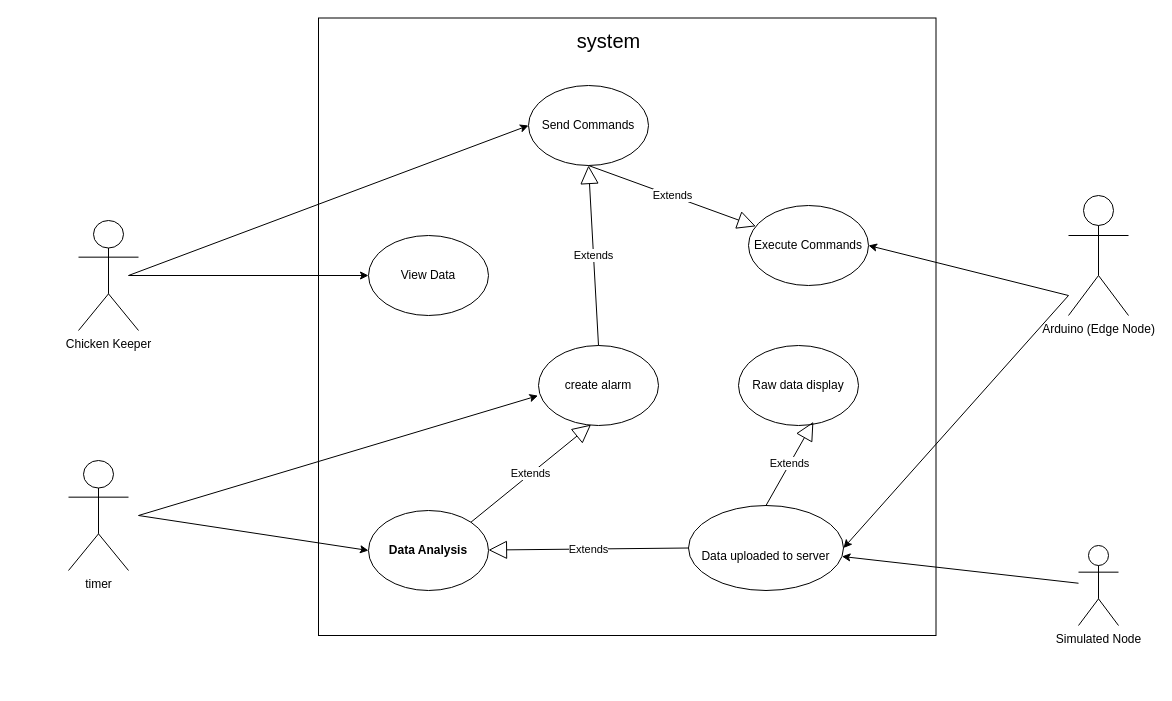
Earlier version of the draw.io diagram Requirement_UseCase_Diagram.drawio (XingxingLiao/TEST). Source tidied: cells renumbered, new cells numbered last; positions are measured from the earlier drawing's top-left corner, leaving out a move shared by most shapes. Both pictures are drawn from the tidied source at 100%, with x=0, y=0 at pixel (68, 17).
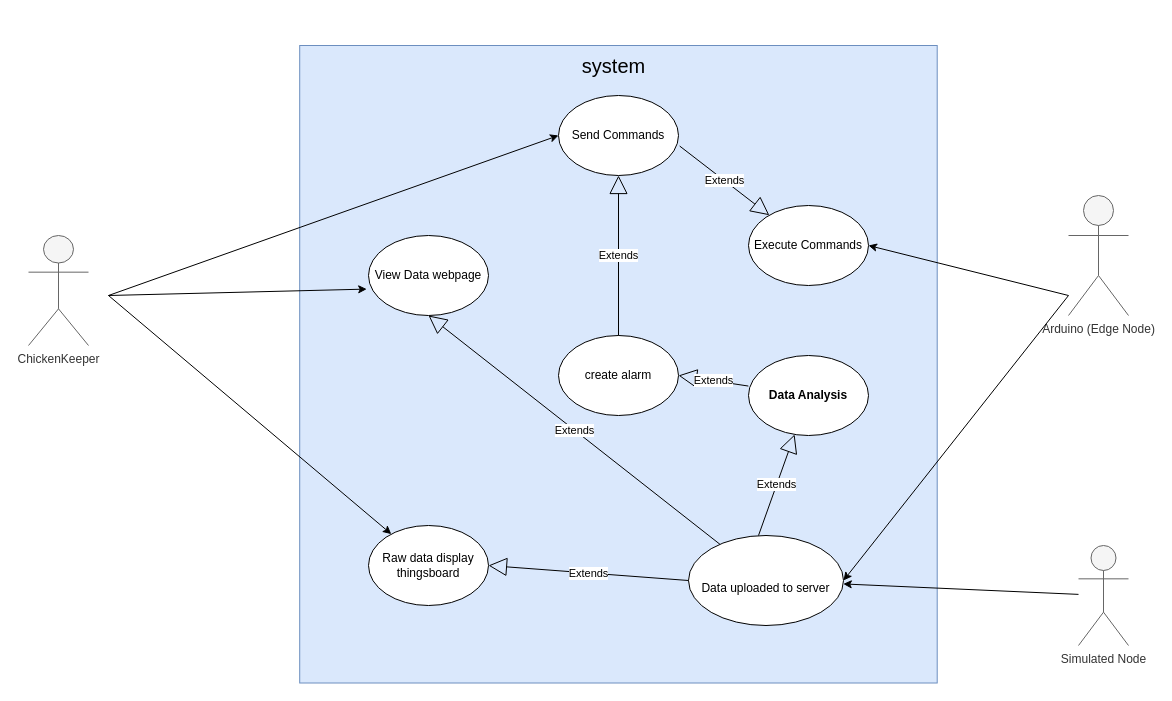
The same diagram, later.

Unchanged cells that the change refers to:
```xml
<mxCell id="9" value="Execute Commands" style="ellipse;whiteSpace=wrap;html=1;labelBackgroundColor=none;" parent="1" vertex="1">
  <mxGeometry x="680" y="188" width="120" height="80" as="geometry" />
</mxCell>
```

Diff of the diagram source:
```diff
@@
-    <mxCell id="2" value="Chicken Keeper" style="shape=umlActor;verticalLabelPosition=bottom;verticalAlign=top;html=1;labelBackgroundColor=none;" parent="1" vertex="1">
-      <mxGeometry x="10" y="203" width="60" height="110" as="geometry" />
+    <mxCell id="2" value="ChickenKeeper" style="shape=umlActor;verticalLabelPosition=bottom;verticalAlign=top;html=1;labelBackgroundColor=none;fillColor=#f5f5f5;fontColor=#333333;strokeColor=#666666;" parent="1" vertex="1">
+      <mxGeometry x="-40" y="218" width="60" height="110" as="geometry" />
     </mxCell>
-    <mxCell id="3" value="Arduino (Edge Node)" style="shape=umlActor;verticalLabelPosition=bottom;verticalAlign=top;html=1;labelBackgroundColor=none;" parent="1" vertex="1">
+    <mxCell id="3" value="Arduino (Edge Node)" style="shape=umlActor;verticalLabelPosition=bottom;verticalAlign=top;html=1;labelBackgroundColor=none;fillColor=#f5f5f5;fontColor=#333333;strokeColor=#666666;" parent="1" vertex="1">
       <mxGeometry x="1000" y="178" width="60" height="120" as="geometry" />
     </mxCell>
-    <mxCell id="4" value="Simulated Node" style="shape=umlActor;verticalLabelPosition=bottom;verticalAlign=top;html=1;outlineConnect=0;labelBackgroundColor=none;" parent="1" vertex="1">
-      <mxGeometry x="1010" y="528" width="40" height="80" as="geometry" />
+    <mxCell id="4" value="Simulated Node" style="shape=umlActor;verticalLabelPosition=bottom;verticalAlign=top;html=1;outlineConnect=0;labelBackgroundColor=none;fillColor=#f5f5f5;fontColor=#333333;strokeColor=#666666;" parent="1" vertex="1">
+      <mxGeometry x="1010" y="528" width="50" height="100" as="geometry" />
     </mxCell>
-    <mxCell id="5" style="whiteSpace=wrap;html=1;labelBackgroundColor=none;" parent="1" vertex="1">
-      <mxGeometry x="250" y="0.5" width="617.5" height="617.5" as="geometry" />
+    <mxCell id="5" style="whiteSpace=wrap;html=1;labelBackgroundColor=none;fillColor=#dae8fc;strokeColor=#6c8ebf;" parent="1" vertex="1">
+      <mxGeometry x="231.2" y="28" width="637.5" height="637.5" as="geometry" />
     </mxCell>
-    <mxCell id="6" value="View Data" style="ellipse;whiteSpace=wrap;html=1;labelBackgroundColor=none;" parent="1" vertex="1">
+    <mxCell id="6" value="View Data webpage" style="ellipse;whiteSpace=wrap;html=1;labelBackgroundColor=none;" parent="1" vertex="1">
       <mxGeometry x="300" y="218" width="120" height="80" as="geometry" />
     </mxCell>
     <mxCell id="7" value="&lt;strong&gt;Data Analysis&lt;/strong&gt;" style="ellipse;whiteSpace=wrap;html=1;labelBackgroundColor=none;" parent="1" vertex="1">
-      <mxGeometry x="300" y="493" width="120" height="80" as="geometry" />
+      <mxGeometry x="680" y="338" width="120" height="80" as="geometry" />
     </mxCell>
     <mxCell id="8" value="Send Commands" style="ellipse;whiteSpace=wrap;html=1;labelBackgroundColor=none;" parent="1" vertex="1">
-      <mxGeometry x="460" y="68" width="120" height="80" as="geometry" />
+      <mxGeometry x="490" y="78" width="120" height="80" as="geometry" />
     </mxCell>
@@
     <mxCell id="10" value="&lt;div style=&quot;text-wrap-mode: nowrap;&quot;&gt;&lt;br&gt;&lt;/div&gt;&lt;div style=&quot;text-wrap-mode: nowrap;&quot;&gt;Data uploaded to server&lt;/div&gt;" style="ellipse;whiteSpace=wrap;html=1;labelBackgroundColor=none;" parent="1" vertex="1">
-      <mxGeometry x="620" y="488" width="155" height="85" as="geometry" />
+      <mxGeometry x="620" y="518" width="155" height="90" as="geometry" />
     </mxCell>
     <mxCell id="11" value="&lt;font color=&quot;#000000&quot;&gt;system&lt;/font&gt;" style="text;html=1;align=center;verticalAlign=middle;strokeColor=none;fillColor=none;labelBackgroundColor=none;fontSize=20;" parent="1" vertex="1">
-      <mxGeometry x="495" y="3" width="90" height="40" as="geometry" />
+      <mxGeometry x="500" y="28" width="90" height="40" as="geometry" />
     </mxCell>
-    <mxCell id="12" value="timer&lt;div&gt;&lt;br&gt;&lt;/div&gt;" style="shape=umlActor;verticalLabelPosition=bottom;verticalAlign=top;html=1;labelBackgroundColor=none;" parent="1" vertex="1">
-      <mxGeometry y="443" width="60" height="110" as="geometry" />
-    </mxCell>
-    <mxCell id="13" style="endArrow=classic;html=1;rounded=0;fontColor=default;entryX=0;entryY=0.5;entryDx=0;entryDy=0;textShadow=1;labelBackgroundColor=none;" parent="1" edge="1" target="7">
-      <mxGeometry relative="1" as="geometry">
-        <mxPoint x="70" y="498" as="sourcePoint" />
-      </mxGeometry>
-    </mxCell>
     <mxCell id="14" value="create alarm" style="ellipse;whiteSpace=wrap;html=1;" parent="1" vertex="1">
-      <mxGeometry x="470" y="328" width="120" height="80" as="geometry" />
+      <mxGeometry x="490" y="318" width="120" height="80" as="geometry" />
     </mxCell>
-    <mxCell id="15" style="endArrow=classic;html=1;rounded=0;" parent="1" edge="1" target="6">
+    <mxCell id="15" style="endArrow=classic;html=1;rounded=0;entryX=-0.015;entryY=0.67;entryDx=0;entryDy=0;entryPerimeter=0;" parent="1" edge="1" target="6">
       <mxGeometry relative="1" as="geometry">
-        <mxPoint x="60" y="258" as="sourcePoint" />
+        <mxPoint x="40" y="278" as="sourcePoint" />
       </mxGeometry>
     </mxCell>
     <mxCell id="16" style="endArrow=classic;html=1;rounded=0;entryX=0;entryY=0.5;entryDx=0;entryDy=0;" parent="1" edge="1" target="8">
       <mxGeometry relative="1" as="geometry">
-        <mxPoint x="60" y="258" as="sourcePoint" />
+        <mxPoint x="40" y="278" as="sourcePoint" />
       </mxGeometry>
     </mxCell>
@@
-    <mxCell id="19" value="Extends" style="endArrow=block;endSize=16;endFill=0;html=1;rounded=0;exitX=0;exitY=0.5;exitDx=0;exitDy=0;" parent="1" edge="1" source="10" target="7">
-      <mxGeometry relative="1" as="geometry" />
+    <mxCell id="19" value="Extends" style="endArrow=block;endSize=16;endFill=0;html=1;rounded=0;" parent="1" edge="1" target="7">
+      <mxGeometry relative="1" as="geometry">
+        <mxPoint x="690" y="518" as="sourcePoint" />
+      </mxGeometry>
     </mxCell>
-    <mxCell id="20" style="endArrow=classic;html=1;rounded=0;entryX=-0.004;entryY=0.627;entryDx=0;entryDy=0;entryPerimeter=0;" parent="1" edge="1" target="14">
-      <mxGeometry relative="1" as="geometry">
-        <mxPoint x="70" y="498" as="sourcePoint" />
-      </mxGeometry>
-    </mxCell>
-    <mxCell id="21" value="Extends" style="endArrow=block;endSize=16;endFill=0;html=1;rounded=0;exitX=0.5;exitY=1;exitDx=0;exitDy=0;" parent="1" edge="1" source="8" target="9">
+    <mxCell id="21" value="Extends" style="endArrow=block;endSize=16;endFill=0;html=1;rounded=0;exitX=1.01;exitY=0.632;exitDx=0;exitDy=0;exitPerimeter=0;" parent="1" edge="1" source="8" target="9">
       <mxGeometry relative="1" as="geometry" />
     </mxCell>
@@
-    <mxCell id="23" value="Extends" style="endArrow=block;endSize=16;endFill=0;html=1;rounded=0;entryX=0.438;entryY=0.989;entryDx=0;entryDy=0;entryPerimeter=0;exitX=1;exitY=0;exitDx=0;exitDy=0;" parent="1" edge="1" source="7" target="14">
+    <mxCell id="23" value="Extends" style="endArrow=block;endSize=16;endFill=0;html=1;rounded=0;entryX=1;entryY=0.5;entryDx=0;entryDy=0;exitX=-0.001;exitY=0.382;exitDx=0;exitDy=0;exitPerimeter=0;" parent="1" edge="1" source="7" target="14">
       <mxGeometry relative="1" as="geometry" />
     </mxCell>
@@
-    <mxCell id="25" value="Raw data display" style="ellipse;whiteSpace=wrap;html=1;" parent="1" vertex="1">
-      <mxGeometry x="670" y="328" width="120" height="80" as="geometry" />
+    <mxCell id="25" value="Raw data display thingsboard" style="ellipse;whiteSpace=wrap;html=1;" parent="1" vertex="1">
+      <mxGeometry x="300" y="508" width="120" height="80" as="geometry" />
     </mxCell>
-    <mxCell id="26" value="Extends" style="endArrow=block;endSize=16;endFill=0;html=1;rounded=0;exitX=0.5;exitY=0;exitDx=0;exitDy=0;entryX=0.624;entryY=0.954;entryDx=0;entryDy=0;entryPerimeter=0;" parent="1" edge="1" source="10" target="25">
+    <mxCell id="26" value="Extends" style="endArrow=block;endSize=16;endFill=0;html=1;rounded=0;exitX=0;exitY=0.5;exitDx=0;exitDy=0;entryX=1;entryY=0.5;entryDx=0;entryDy=0;" parent="1" edge="1" source="10" target="25">
       <mxGeometry relative="1" as="geometry" />
     </mxCell>
+    <mxCell id="27" value="Extends" style="endArrow=block;endSize=16;endFill=0;html=1;rounded=0;entryX=0.5;entryY=1;entryDx=0;entryDy=0;" parent="1" edge="1" source="10" target="6">
+      <mxGeometry relative="1" as="geometry" />
+    </mxCell>
+    <mxCell id="28" style="endArrow=classic;html=1;rounded=0;" parent="1" edge="1" target="25">
+      <mxGeometry relative="1" as="geometry">
+        <mxPoint x="40" y="278" as="sourcePoint" />
+      </mxGeometry>
+    </mxCell>
```
